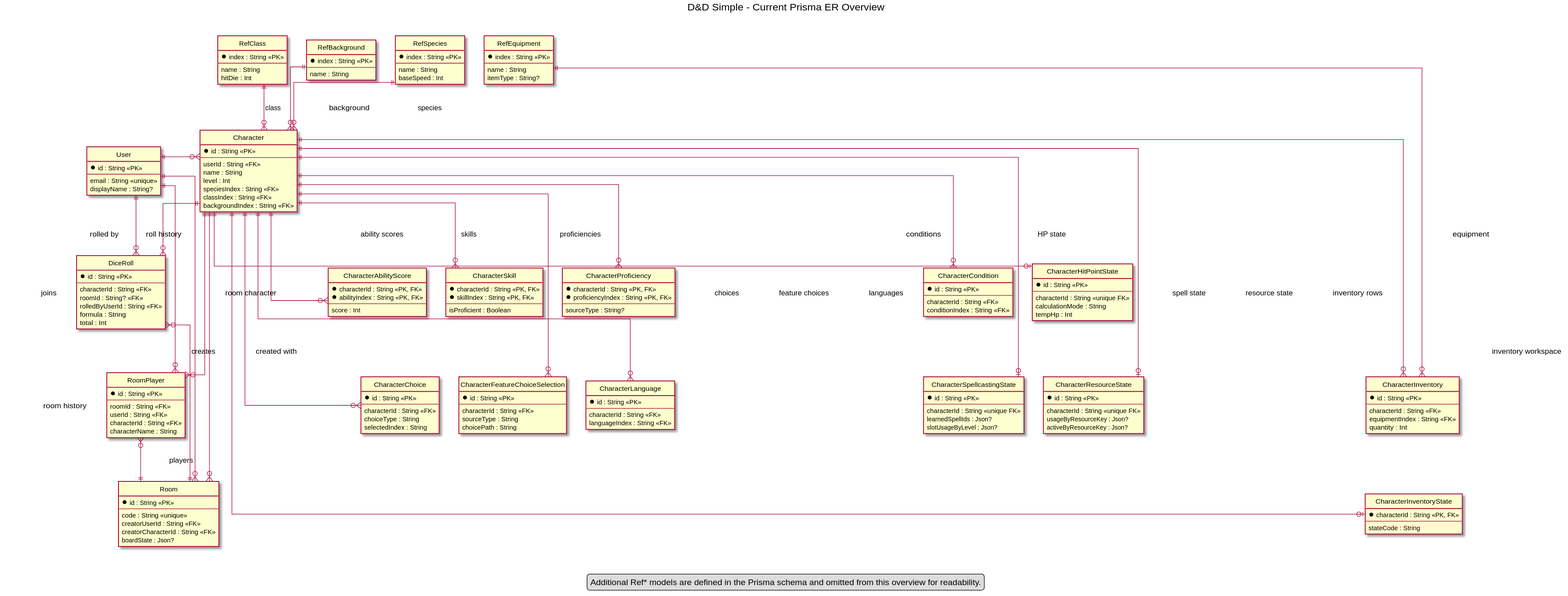
This is docs/uml/er-current-prisma.svg from LGalof/dd-simple, a PlantUML export, as it was before one commit.
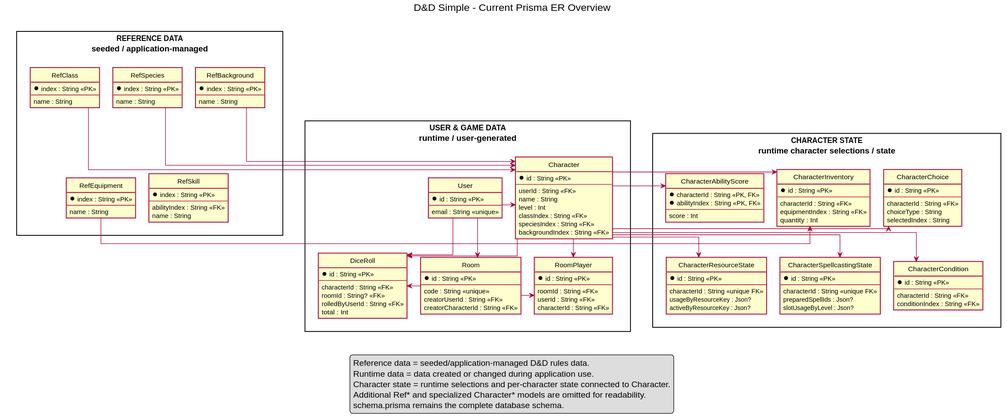
Later version of the same file.

What changed in the source:
```diff
@@ -1,238 +1,189 @@
 @startuml
-!pragma layout smetana
 title D&D Simple - Current Prisma ER Overview
 
+top to bottom direction
 hide circle
+skinparam backgroundColor #FFFFFF
+skinparam shadowing false
 skinparam linetype ortho
-
-together {
-entity "RefClass" as RefClass {
-  * index : String <<PK>>
-  --
-  name : String
-  hitDie : Int
+skinparam packageStyle rectangle
+skinparam nodesep 24
+skinparam ranksep 26
+skinparam entity {
+  BackgroundColor #FFFFF8
+  BorderColor #333333
+  FontColor #111111
 }
 
-entity "RefBackground" as RefBackground {
-  * index : String <<PK>>
-  --
-  name : String
+package "REFERENCE DATA\nseeded / application-managed" as ReferenceData {
+  entity "RefClass" as RefClass {
+    * index : String <<PK>>
+    --
+    name : String
+  }
+
+  entity "RefSpecies" as RefSpecies {
+    * index : String <<PK>>
+    --
+    name : String
+  }
+
+  entity "RefBackground" as RefBackground {
+    * index : String <<PK>>
+    --
+    name : String
+  }
+
+  entity "RefEquipment" as RefEquipment {
+    * index : String <<PK>>
+    --
+    name : String
+  }
+
+  entity "RefSkill" as RefSkill {
+    * index : String <<PK>>
+    --
+    abilityIndex : String <<FK>>
+    name : String
+  }
 }
 
-entity "RefSpecies" as RefSpecies {
-  * index : String <<PK>>
-  --
-  name : String
-  baseSpeed : Int
+package "USER & GAME DATA\nruntime / user-generated" as RuntimeData {
+  entity "User" as User {
+    * id : String <<PK>>
+    --
+    email : String <<unique>>
+  }
+
+  entity "Character" as Character {
+    * id : String <<PK>>
+    --
+    userId : String <<FK>>
+    name : String
+    level : Int
+    classIndex : String <<FK>>
+    speciesIndex : String <<FK>>
+    backgroundIndex : String <<FK>>
+  }
+
+  entity "Room" as Room {
+    * id : String <<PK>>
+    --
+    code : String <<unique>>
+    creatorUserId : String <<FK>>
+    creatorCharacterId : String <<FK>>
+  }
+
+  entity "RoomPlayer" as RoomPlayer {
+    * id : String <<PK>>
+    --
+    roomId : String <<FK>>
+    userId : String <<FK>>
+    characterId : String <<FK>>
+  }
+
+  entity "DiceRoll" as DiceRoll {
+    * id : String <<PK>>
+    --
+    characterId : String <<FK>>
+    roomId : String? <<FK>>
+    rolledByUserId : String <<FK>>
+    total : Int
+  }
 }
 
-entity "RefEquipment" as RefEquipment {
-  * index : String <<PK>>
-  --
-  name : String
-  itemType : String?
-}
+package "CHARACTER STATE\nruntime character selections / state" as CharacterState {
+  entity "CharacterAbilityScore" as CharacterAbilityScore {
+    * characterId : String <<PK, FK>>
+    * abilityIndex : String <<PK, FK>>
+    --
+    score : Int
+  }
+
+  entity "CharacterInventory" as CharacterInventory {
+    * id : String <<PK>>
+    --
+    characterId : String <<FK>>
+    equipmentIndex : String <<FK>>
+    quantity : Int
+  }
+
+  entity "CharacterChoice" as CharacterChoice {
+    * id : String <<PK>>
+    --
+    characterId : String <<FK>>
+    choiceType : String
+    selectedIndex : String
+  }
+
+  entity "CharacterCondition" as CharacterCondition {
+    * id : String <<PK>>
+    --
+    characterId : String <<FK>>
+    conditionIndex : String <<FK>>
+  }
+
+  entity "CharacterSpellcastingState" as CharacterSpellcastingState {
+    * id : String <<PK>>
+    --
+    characterId : String <<unique FK>>
+    preparedSpellIds : Json?
+    slotUsageByLevel : Json?
+  }
+
+  entity "CharacterResourceState" as CharacterResourceState {
+    * id : String <<PK>>
+    --
+    characterId : String <<unique FK>>
+    usageByResourceKey : Json?
+    activeByResourceKey : Json?
+  }
 }
 
-together {
-entity "User" as User {
-  * id : String <<PK>>
-  --
-  email : String <<unique>>
-  displayName : String?
-}
+ReferenceData -[hidden]right- RuntimeData
+RuntimeData -[hidden]right- CharacterState
 
-entity "Character" as Character {
-  * id : String <<PK>>
-  --
-  userId : String <<FK>>
-  name : String
-  level : Int
-  speciesIndex : String <<FK>>
-  classIndex : String <<FK>>
-  backgroundIndex : String <<FK>>
-}
+RefClass -[hidden]right- RefSpecies
+RefSpecies -[hidden]right- RefBackground
+RefEquipment -[hidden]right- RefSkill
+RefClass -[hidden]down- RefEquipment
 
-entity "DiceRoll" as DiceRoll {
-  * id : String <<PK>>
-  --
-  characterId : String <<FK>>
-  roomId : String? <<FK>>
-  rolledByUserId : String <<FK>>
-  formula : String
-  total : Int
-}
+User -[hidden]down- Character
+Character -[hidden]down- Room
+Room -[hidden]right- RoomPlayer
+RoomPlayer -[hidden]right- DiceRoll
 
-entity "Room" as Room {
-  * id : String <<PK>>
-  --
-  code : String <<unique>>
-  creatorUserId : String <<FK>>
-  creatorCharacterId : String <<FK>>
-  boardState : Json?
-}
+CharacterAbilityScore -[hidden]right- CharacterInventory
+CharacterInventory -[hidden]right- CharacterChoice
+CharacterCondition -[hidden]right- CharacterSpellcastingState
+CharacterSpellcastingState -[hidden]right- CharacterResourceState
+CharacterAbilityScore -[hidden]down- CharacterCondition
 
-entity "RoomPlayer" as RoomPlayer {
-  * id : String <<PK>>
-  --
-  roomId : String <<FK>>
-  userId : String <<FK>>
-  characterId : String <<FK>>
-  characterName : String
-}
-}
+RefClass -right-> Character
+RefSpecies -right-> Character
+RefBackground -right-> Character
+RefEquipment -right-> CharacterInventory
 
-together {
-entity "CharacterAbilityScore" as CharacterAbilityScore {
-  * characterId : String <<PK, FK>>
-  * abilityIndex : String <<PK, FK>>
-  --
-  score : Int
-}
+User -right-> Character
+User -down-> Room
+User -right-> DiceRoll
+Room -right-> RoomPlayer
+Room -right-> DiceRoll
+Character -down-> RoomPlayer
+Character -down-> DiceRoll
 
-entity "CharacterSkill" as CharacterSkill {
-  * characterId : String <<PK, FK>>
-  * skillIndex : String <<PK, FK>>
-  --
-  isProficient : Boolean
-}
-
-entity "CharacterProficiency" as CharacterProficiency {
-  * characterId : String <<PK, FK>>
-  * proficiencyIndex : String <<PK, FK>>
-  --
-  sourceType : String?
-}
-
-entity "CharacterChoice" as CharacterChoice {
-  * id : String <<PK>>
-  --
-  characterId : String <<FK>>
-  choiceType : String
-  selectedIndex : String
-}
-
-entity "CharacterFeatureChoiceSelection" as CharacterFeatureChoiceSelection {
-  * id : String <<PK>>
-  --
-  characterId : String <<FK>>
-  sourceType : String
-  choicePath : String
-}
-
-entity "CharacterLanguage" as CharacterLanguage {
-  * id : String <<PK>>
-  --
-  characterId : String <<FK>>
-  languageIndex : String <<FK>>
-}
-}
-
-together {
-entity "CharacterCondition" as CharacterCondition {
-  * id : String <<PK>>
-  --
-  characterId : String <<FK>>
-  conditionIndex : String <<FK>>
-}
-
-entity "CharacterHitPointState" as CharacterHitPointState {
-  * id : String <<PK>>
-  --
-  characterId : String <<unique FK>>
-  calculationMode : String
-  tempHp : Int
-}
-
-entity "CharacterSpellcastingState" as CharacterSpellcastingState {
-  * id : String <<PK>>
-  --
-  characterId : String <<unique FK>>
-  learnedSpellIds : Json?
-  slotUsageByLevel : Json?
-}
-
-entity "CharacterResourceState" as CharacterResourceState {
-  * id : String <<PK>>
-  --
-  characterId : String <<unique FK>>
-  usageByResourceKey : Json?
-  activeByResourceKey : Json?
-}
-}
-
-together {
-entity "CharacterInventory" as CharacterInventory {
-  * id : String <<PK>>
-  --
-  characterId : String <<FK>>
-  equipmentIndex : String <<FK>>
-  quantity : Int
-}
-
-entity "CharacterInventoryState" as CharacterInventoryState {
-  * characterId : String <<PK, FK>>
-  --
-  stateCode : String
-}
-}
-
-RefClass -[hidden]right- RefBackground
-RefBackground -[hidden]right- RefSpecies
-RefSpecies -[hidden]right- RefEquipment
-
-User -[hidden]right- Character
-User -[hidden]down- DiceRoll
-DiceRoll -[hidden]down- RoomPlayer
-RoomPlayer -[hidden]down- Room
-
-CharacterAbilityScore -[hidden]right- CharacterSkill
-CharacterSkill -[hidden]right- CharacterProficiency
-CharacterChoice -[hidden]right- CharacterFeatureChoiceSelection
-CharacterFeatureChoiceSelection -[hidden]right- CharacterLanguage
-CharacterAbilityScore -[hidden]down- CharacterChoice
-
-CharacterCondition -[hidden]right- CharacterHitPointState
-CharacterSpellcastingState -[hidden]right- CharacterResourceState
-CharacterCondition -[hidden]down- CharacterSpellcastingState
-
-RefClass -[hidden]down- Character
-Character -[hidden]down- CharacterAbilityScore
-Character -[hidden]down- CharacterCondition
-CharacterHitPointState -[hidden]down- CharacterInventory
-CharacterInventory -[hidden]down- CharacterInventoryState
-RefEquipment -[hidden]down- CharacterInventory
-
-User ||--o{ Character : owns
-User ||--o{ DiceRoll : rolled by
-User ||--o{ Room : creates
-User ||--o{ RoomPlayer : joins
-
-RefSpecies ||--o{ Character : species
-RefClass ||--o{ Character : class
-RefBackground ||--o{ Character : background
-RefEquipment ||--o{ CharacterInventory : equipment
-
-Character ||--o{ CharacterAbilityScore : ability scores
-Character ||--o{ CharacterSkill : skills
-Character ||--o{ CharacterProficiency : proficiencies
-Character ||--o{ CharacterChoice : choices
-Character ||--o{ CharacterFeatureChoiceSelection : feature choices
-Character ||--o{ CharacterLanguage : languages
-Character ||--o{ CharacterCondition : conditions
-Character ||--o| CharacterHitPointState : HP state
-Character ||--o| CharacterSpellcastingState : spell state
-Character ||--o| CharacterResourceState : resource state
-Character ||--o{ CharacterInventory : inventory rows
-Character ||--o| CharacterInventoryState : inventory workspace
-Character ||--o{ DiceRoll : roll history
-Character ||--o{ RoomPlayer : room character
-Character ||--o{ Room : created with
-
-Room ||--o{ RoomPlayer : players
-Room ||--o{ DiceRoll : room history
+Character -right-> CharacterAbilityScore
+Character -right-> CharacterInventory
+Character -right-> CharacterChoice
+Character -right-> CharacterCondition
+Character -right-> CharacterSpellcastingState
+Character -right-> CharacterResourceState
 
 legend bottom
-Additional Ref* models are defined in the Prisma schema and omitted from this overview for readability.
+Reference data = seeded/application-managed D&D rules data.
+Runtime data = data created or changed during application use.
+Character state = runtime selections and per-character state connected to Character.
+Additional Ref* and specialized Character* models are omitted for readability.
+schema.prisma remains the complete database schema.
 endlegend
 @enduml
```
